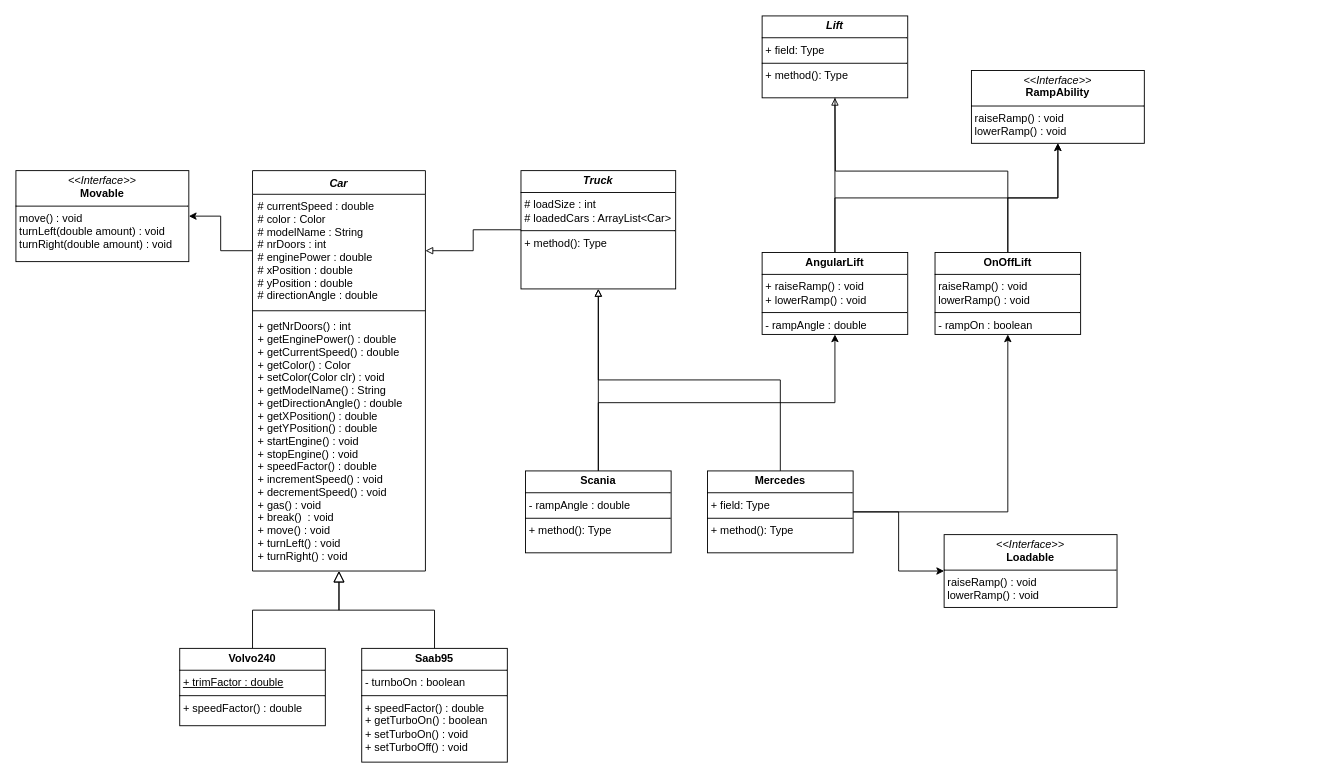
The draw.io diagram UMLdiagram.drawio in kankodakoda/lab1, before the edit. Source tidied: cells renumbered, new cells numbered last; positions are measured from the earlier drawing's top-left corner, leaving out a move shared by most shapes. Both pictures are drawn from the tidied source at 91%, with x=0, y=0 at pixel (15, 15).
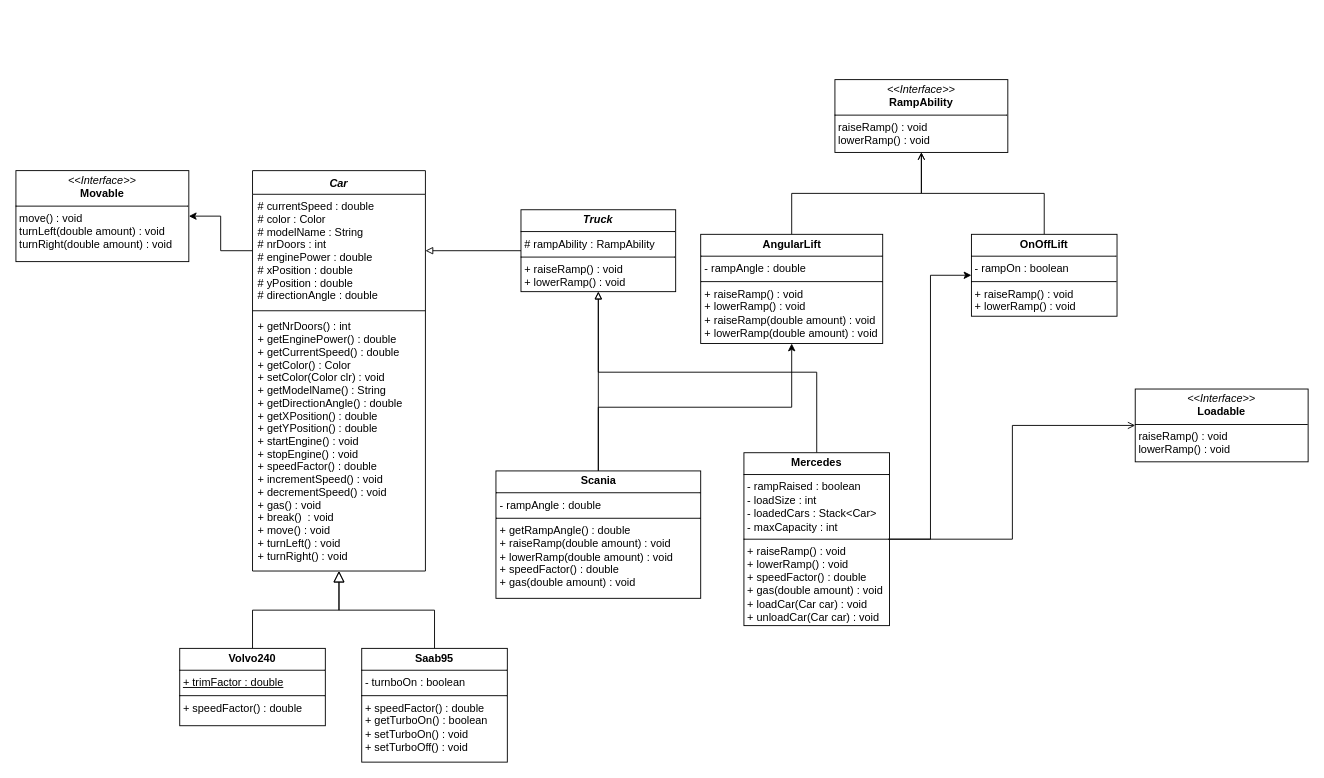
Above is the later version.

The edit, as a diff of the source:
```diff
@@
-    <mxCell id="11" value="&lt;p style=&quot;margin:0px;margin-top:4px;text-align:center;&quot;&gt;&lt;b&gt;&lt;i&gt;Truck&lt;/i&gt;&lt;/b&gt;&lt;/p&gt;&lt;hr size=&quot;1&quot; style=&quot;border-style:solid;&quot;&gt;&lt;p style=&quot;margin:0px;margin-left:4px;&quot;&gt;# loadSize : int&lt;/p&gt;&lt;p style=&quot;margin:0px;margin-left:4px;&quot;&gt;# loadedCars : ArrayList&amp;lt;Car&amp;gt;&lt;/p&gt;&lt;hr size=&quot;1&quot; style=&quot;border-style:solid;&quot;&gt;&lt;p style=&quot;margin:0px;margin-left:4px;&quot;&gt;+ method(): Type&lt;/p&gt;" style="verticalAlign=top;align=left;overflow=fill;html=1;whiteSpace=wrap;" parent="1" vertex="1">
-      <mxGeometry x="555" y="170" width="170" height="130" as="geometry" />
+    <mxCell id="11" value="&lt;p style=&quot;margin:0px;margin-top:4px;text-align:center;&quot;&gt;&lt;b&gt;&lt;i&gt;Truck&lt;/i&gt;&lt;/b&gt;&lt;/p&gt;&lt;hr size=&quot;1&quot; style=&quot;border-style:solid;&quot;&gt;&lt;p style=&quot;margin:0px;margin-left:4px;&quot;&gt;# rampAbility : RampAbility&lt;/p&gt;&lt;hr size=&quot;1&quot; style=&quot;border-style:solid;&quot;&gt;&lt;p style=&quot;margin:0px;margin-left:4px;&quot;&gt;+ raiseRamp() : void&lt;/p&gt;&lt;p style=&quot;margin:0px;margin-left:4px;&quot;&gt;+ lowerRamp() : void&lt;/p&gt;" style="verticalAlign=top;align=left;overflow=fill;html=1;whiteSpace=wrap;" parent="1" vertex="1">
+      <mxGeometry x="555" y="213" width="170" height="90" as="geometry" />
     </mxCell>
@@
-    <mxCell id="14" value="&lt;p style=&quot;margin:0px;margin-top:4px;text-align:center;&quot;&gt;&lt;b&gt;Scania&lt;/b&gt;&lt;/p&gt;&lt;hr size=&quot;1&quot; style=&quot;border-style:solid;&quot;&gt;&lt;p style=&quot;margin:0px;margin-left:4px;&quot;&gt;- rampAngle : double&lt;/p&gt;&lt;hr size=&quot;1&quot; style=&quot;border-style:solid;&quot;&gt;&lt;p style=&quot;margin:0px;margin-left:4px;&quot;&gt;+ method(): Type&lt;/p&gt;" style="verticalAlign=top;align=left;overflow=fill;html=1;whiteSpace=wrap;" parent="1" vertex="1">
-      <mxGeometry x="560" y="500" width="160" height="90" as="geometry" />
+    <mxCell id="14" value="&lt;p style=&quot;margin:0px;margin-top:4px;text-align:center;&quot;&gt;&lt;b&gt;Scania&lt;/b&gt;&lt;/p&gt;&lt;hr size=&quot;1&quot; style=&quot;border-style:solid;&quot;&gt;&lt;p style=&quot;margin:0px;margin-left:4px;&quot;&gt;- rampAngle : double&lt;/p&gt;&lt;hr size=&quot;1&quot; style=&quot;border-style:solid;&quot;&gt;&lt;p style=&quot;margin:0px;margin-left:4px;&quot;&gt;&lt;span style=&quot;background-color: transparent; color: light-dark(rgb(0, 0, 0), rgb(255, 255, 255));&quot;&gt;+ getRampAngle() : double&lt;/span&gt;&lt;br&gt;&lt;/p&gt;&lt;p style=&quot;margin:0px;margin-left:4px;&quot;&gt;&lt;span style=&quot;background-color: transparent; color: light-dark(rgb(0, 0, 0), rgb(255, 255, 255));&quot;&gt;+ raiseRamp(double amount) : void&lt;/span&gt;&lt;/p&gt;&lt;p style=&quot;margin:0px;margin-left:4px;&quot;&gt;&lt;span style=&quot;background-color: transparent; color: light-dark(rgb(0, 0, 0), rgb(255, 255, 255));&quot;&gt;+ lowerRamp(double amount) : void&lt;/span&gt;&lt;/p&gt;&lt;p style=&quot;margin:0px;margin-left:4px;&quot;&gt;&lt;span style=&quot;background-color: transparent; color: light-dark(rgb(0, 0, 0), rgb(255, 255, 255));&quot;&gt;+ speedFactor() : double&lt;/span&gt;&lt;/p&gt;&lt;p style=&quot;margin:0px;margin-left:4px;&quot;&gt;&lt;span style=&quot;background-color: transparent; color: light-dark(rgb(0, 0, 0), rgb(255, 255, 255));&quot;&gt;+ gas(double amount) : void&lt;/span&gt;&lt;/p&gt;" style="verticalAlign=top;align=left;overflow=fill;html=1;whiteSpace=wrap;" parent="1" vertex="1">
+      <mxGeometry x="527.5" y="500" width="225" height="140" as="geometry" />
     </mxCell>
@@
-    <mxCell id="16" style="edgeStyle=orthogonalEdgeStyle;rounded=0;jettySize=auto;html=1;exitX=1;exitY=0.5;exitDx=0;exitDy=0;entryX=0.5;entryY=1;entryDx=0;entryDy=0;" parent="1" edge="1" source="18" target="27">
-      <mxGeometry relative="1" as="geometry" />
-    </mxCell>
-    <mxCell id="17" style="edgeStyle=orthogonalEdgeStyle;rounded=0;jettySize=auto;html=1;exitX=1;exitY=0.5;exitDx=0;exitDy=0;entryX=0;entryY=0.5;entryDx=0;entryDy=0;" parent="1" edge="1" source="18" target="28">
+    <mxCell id="17" style="edgeStyle=orthogonalEdgeStyle;rounded=0;jettySize=auto;html=1;exitX=1;exitY=0.5;exitDx=0;exitDy=0;entryX=0;entryY=0.5;entryDx=0;entryDy=0;endArrow=open;endFill=0;" parent="1" edge="1" source="18" target="28">
       <mxGeometry relative="1" as="geometry" />
     </mxCell>
-    <mxCell id="18" value="&lt;p style=&quot;margin:0px;margin-top:4px;text-align:center;&quot;&gt;&lt;b&gt;Mercedes&lt;/b&gt;&lt;/p&gt;&lt;hr size=&quot;1&quot; style=&quot;border-style:solid;&quot;&gt;&lt;p style=&quot;margin:0px;margin-left:4px;&quot;&gt;+ field: Type&lt;/p&gt;&lt;hr size=&quot;1&quot; style=&quot;border-style:solid;&quot;&gt;&lt;p style=&quot;margin:0px;margin-left:4px;&quot;&gt;+ method(): Type&lt;/p&gt;" style="verticalAlign=top;align=left;overflow=fill;html=1;whiteSpace=wrap;" parent="1" vertex="1">
-      <mxGeometry x="760" y="500" width="160" height="90" as="geometry" />
+    <mxCell id="18" value="&lt;p style=&quot;margin:0px;margin-top:4px;text-align:center;&quot;&gt;&lt;b&gt;Mercedes&lt;/b&gt;&lt;/p&gt;&lt;hr size=&quot;1&quot; style=&quot;border-style:solid;&quot;&gt;&lt;p style=&quot;margin:0px;margin-left:4px;&quot;&gt;- rampRaised : boolean&lt;/p&gt;&lt;p style=&quot;margin:0px;margin-left:4px;&quot;&gt;- loadSize : int&lt;/p&gt;&lt;p style=&quot;margin:0px;margin-left:4px;&quot;&gt;- loadedCars : Stack&amp;lt;Car&amp;gt;&lt;/p&gt;&lt;p style=&quot;margin:0px;margin-left:4px;&quot;&gt;- maxCapacity : int&lt;/p&gt;&lt;hr size=&quot;1&quot; style=&quot;border-style:solid;&quot;&gt;&lt;p style=&quot;margin:0px;margin-left:4px;&quot;&gt;+ raiseRamp() : void&lt;/p&gt;&lt;p style=&quot;margin:0px;margin-left:4px;&quot;&gt;+ lowerRamp() : void&lt;/p&gt;&lt;p style=&quot;margin:0px;margin-left:4px;&quot;&gt;+ speedFactor() : double&lt;/p&gt;&lt;p style=&quot;margin:0px;margin-left:4px;&quot;&gt;+ gas(double amount) : void&lt;/p&gt;&lt;p style=&quot;margin:0px;margin-left:4px;&quot;&gt;+ loadCar(Car car) : void&lt;/p&gt;&lt;p style=&quot;margin:0px;margin-left:4px;&quot;&gt;+ unloadCar(Car car) : void&lt;/p&gt;" style="verticalAlign=top;align=left;overflow=fill;html=1;whiteSpace=wrap;" parent="1" vertex="1">
+      <mxGeometry x="800" y="480" width="160" height="190" as="geometry" />
     </mxCell>
@@
     <mxCell id="21" value="&lt;p style=&quot;margin:0px;margin-top:4px;text-align:center;&quot;&gt;&lt;i&gt;&amp;lt;&amp;lt;Interface&amp;gt;&amp;gt;&lt;/i&gt;&lt;br&gt;&lt;b&gt;RampAbility&lt;/b&gt;&lt;/p&gt;&lt;hr size=&quot;1&quot; style=&quot;border-style:solid;&quot;&gt;&lt;p style=&quot;margin:0px;margin-left:4px;&quot;&gt;raiseRamp() : void&lt;/p&gt;&lt;p style=&quot;margin:0px;margin-left:4px;&quot;&gt;lowerRamp() : void&lt;/p&gt;" style="verticalAlign=top;align=left;overflow=fill;html=1;whiteSpace=wrap;" parent="1" vertex="1">
-      <mxGeometry x="1050" y="60" width="190" height="80" as="geometry" />
+      <mxGeometry x="900" y="70" width="190" height="80" as="geometry" />
     </mxCell>
@@
-    <mxCell id="23" style="edgeStyle=orthogonalEdgeStyle;rounded=0;jettySize=auto;html=1;exitX=0.5;exitY=0;exitDx=0;exitDy=0;entryX=0.5;entryY=1;entryDx=0;entryDy=0;endArrow=block;endFill=0;" parent="1" edge="1" source="24" target="29">
-      <mxGeometry relative="1" as="geometry" />
-    </mxCell>
-    <mxCell id="24" value="&lt;p style=&quot;margin:0px;margin-top:4px;text-align:center;&quot;&gt;&lt;b&gt;AngularLift&lt;/b&gt;&lt;/p&gt;&lt;hr size=&quot;1&quot; style=&quot;border-style:solid;&quot;&gt;&lt;p style=&quot;margin:0px;margin-left:4px;&quot;&gt;+ raiseRamp() : void&lt;/p&gt;&lt;p style=&quot;margin:0px;margin-left:4px;&quot;&gt;+ lowerRamp() : void&lt;/p&gt;&lt;hr size=&quot;1&quot; style=&quot;border-style:solid;&quot;&gt;&lt;p style=&quot;margin:0px;margin-left:4px;&quot;&gt;- rampAngle : double&lt;/p&gt;" style="verticalAlign=top;align=left;overflow=fill;html=1;whiteSpace=wrap;" parent="1" vertex="1">
-      <mxGeometry x="820" y="260" width="160" height="90" as="geometry" />
+    <mxCell id="24" value="&lt;p style=&quot;margin:0px;margin-top:4px;text-align:center;&quot;&gt;&lt;b&gt;AngularLift&lt;/b&gt;&lt;/p&gt;&lt;hr size=&quot;1&quot; style=&quot;border-style:solid;&quot;&gt;&lt;p style=&quot;margin:0px;margin-left:4px;&quot;&gt;- rampAngle : double&lt;/p&gt;&lt;hr size=&quot;1&quot; style=&quot;border-style:solid;&quot;&gt;&lt;p style=&quot;margin: 0px 0px 0px 4px;&quot;&gt;+ raiseRamp() : void&lt;/p&gt;&lt;p style=&quot;margin: 0px 0px 0px 4px;&quot;&gt;+ lowerRamp() : void&lt;/p&gt;&lt;p style=&quot;margin: 0px 0px 0px 4px;&quot;&gt;+ raiseRamp(double amount) : void&lt;/p&gt;&lt;p style=&quot;margin: 0px 0px 0px 4px;&quot;&gt;+ lowerRamp(double amount) : void&lt;/p&gt;" style="verticalAlign=top;align=left;overflow=fill;html=1;whiteSpace=wrap;" parent="1" vertex="1">
+      <mxGeometry x="752.5" y="240" width="200" height="120" as="geometry" />
     </mxCell>
-    <mxCell id="25" style="edgeStyle=orthogonalEdgeStyle;rounded=0;jettySize=auto;html=1;exitX=0.5;exitY=0;exitDx=0;exitDy=0;entryX=0.5;entryY=1;entryDx=0;entryDy=0;" parent="1" edge="1" source="27" target="21">
+    <mxCell id="25" style="edgeStyle=orthogonalEdgeStyle;rounded=0;jettySize=auto;html=1;exitX=0.5;exitY=0;exitDx=0;exitDy=0;entryX=0.5;entryY=1;entryDx=0;entryDy=0;endArrow=open;endFill=0;" parent="1" edge="1" source="27" target="21">
       <mxGeometry relative="1" as="geometry" />
     </mxCell>
-    <mxCell id="26" style="edgeStyle=orthogonalEdgeStyle;rounded=0;jettySize=auto;html=1;exitX=0.5;exitY=0;exitDx=0;exitDy=0;endArrow=block;endFill=0;" parent="1" edge="1" source="27">
-      <mxGeometry relative="1" as="geometry">
-        <mxPoint x="900" y="80" as="targetPoint" />
-      </mxGeometry>
-    </mxCell>
+    <mxCell id="28" value="&lt;p style=&quot;margin:0px;margin-top:4px;text-align:center;&quot;&gt;&lt;i&gt;&amp;lt;&amp;lt;Interface&amp;gt;&amp;gt;&lt;/i&gt;&lt;br&gt;&lt;b&gt;Loadable&lt;/b&gt;&lt;/p&gt;&lt;hr size=&quot;1&quot; style=&quot;border-style:solid;&quot;&gt;&lt;p style=&quot;margin:0px;margin-left:4px;&quot;&gt;raiseRamp() : void&lt;/p&gt;&lt;p style=&quot;margin:0px;margin-left:4px;&quot;&gt;lowerRamp() : void&lt;/p&gt;" style="verticalAlign=top;align=left;overflow=fill;html=1;whiteSpace=wrap;" parent="1" vertex="1">
+      <mxGeometry x="1230" y="410" width="190" height="80" as="geometry" />
+    </mxCell>
+    <mxCell id="16" style="edgeStyle=orthogonalEdgeStyle;rounded=0;jettySize=auto;html=1;exitX=1;exitY=0.5;exitDx=0;exitDy=0;entryX=0;entryY=0.5;entryDx=0;entryDy=0;" parent="1" edge="1" source="18" target="27">
+      <mxGeometry relative="1" as="geometry" />
+    </mxCell>
-    <mxCell id="27" value="&lt;p style=&quot;margin:0px;margin-top:4px;text-align:center;&quot;&gt;&lt;b&gt;OnOffLift&lt;/b&gt;&lt;/p&gt;&lt;hr size=&quot;1&quot; style=&quot;border-style:solid;&quot;&gt;&lt;p style=&quot;margin:0px;margin-left:4px;&quot;&gt;raiseRamp() : void&lt;/p&gt;&lt;p style=&quot;margin:0px;margin-left:4px;&quot;&gt;lowerRamp() : void&lt;/p&gt;&lt;hr size=&quot;1&quot; style=&quot;border-style:solid;&quot;&gt;&lt;p style=&quot;margin:0px;margin-left:4px;&quot;&gt;- rampOn : boolean&lt;/p&gt;" style="verticalAlign=top;align=left;overflow=fill;html=1;whiteSpace=wrap;" parent="1" vertex="1">
-      <mxGeometry x="1010" y="260" width="160" height="90" as="geometry" />
+    <mxCell id="27" value="&lt;p style=&quot;margin:0px;margin-top:4px;text-align:center;&quot;&gt;&lt;b&gt;OnOffLift&lt;/b&gt;&lt;/p&gt;&lt;hr size=&quot;1&quot; style=&quot;border-style:solid;&quot;&gt;&lt;p style=&quot;margin:0px;margin-left:4px;&quot;&gt;- rampOn : boolean&lt;/p&gt;&lt;hr size=&quot;1&quot; style=&quot;border-style:solid;&quot;&gt;&lt;p style=&quot;margin: 0px 0px 0px 4px;&quot;&gt;+ raiseRamp() : void&lt;/p&gt;&lt;p style=&quot;margin: 0px 0px 0px 4px;&quot;&gt;+ lowerRamp() : void&lt;/p&gt;" style="verticalAlign=top;align=left;overflow=fill;html=1;whiteSpace=wrap;" parent="1" vertex="1">
+      <mxGeometry x="1050" y="240" width="160" height="90" as="geometry" />
     </mxCell>
-    <mxCell id="28" value="&lt;p style=&quot;margin:0px;margin-top:4px;text-align:center;&quot;&gt;&lt;i&gt;&amp;lt;&amp;lt;Interface&amp;gt;&amp;gt;&lt;/i&gt;&lt;br&gt;&lt;b&gt;Loadable&lt;/b&gt;&lt;/p&gt;&lt;hr size=&quot;1&quot; style=&quot;border-style:solid;&quot;&gt;&lt;p style=&quot;margin:0px;margin-left:4px;&quot;&gt;raiseRamp() : void&lt;/p&gt;&lt;p style=&quot;margin:0px;margin-left:4px;&quot;&gt;lowerRamp() : void&lt;/p&gt;" style="verticalAlign=top;align=left;overflow=fill;html=1;whiteSpace=wrap;" parent="1" vertex="1">
-      <mxGeometry x="1020" y="570" width="190" height="80" as="geometry" />
-    </mxCell>
-    <mxCell id="29" value="&lt;p style=&quot;margin:0px;margin-top:4px;text-align:center;&quot;&gt;&lt;b&gt;&lt;i&gt;Lift&lt;/i&gt;&lt;/b&gt;&lt;/p&gt;&lt;hr size=&quot;1&quot; style=&quot;border-style:solid;&quot;&gt;&lt;p style=&quot;margin:0px;margin-left:4px;&quot;&gt;+ field: Type&lt;/p&gt;&lt;hr size=&quot;1&quot; style=&quot;border-style:solid;&quot;&gt;&lt;p style=&quot;margin:0px;margin-left:4px;&quot;&gt;+ method(): Type&lt;/p&gt;" style="verticalAlign=top;align=left;overflow=fill;html=1;whiteSpace=wrap;" parent="1" vertex="1">
-      <mxGeometry x="820" width="160" height="90" as="geometry" />
-    </mxCell>
+    <mxCell id="30" style="edgeStyle=orthogonalEdgeStyle;rounded=0;orthogonalLoop=1;jettySize=auto;html=1;exitX=0.5;exitY=1;exitDx=0;exitDy=0;" parent="1" edge="1" source="24" target="24">
+      <mxGeometry relative="1" as="geometry" />
+    </mxCell>
```
